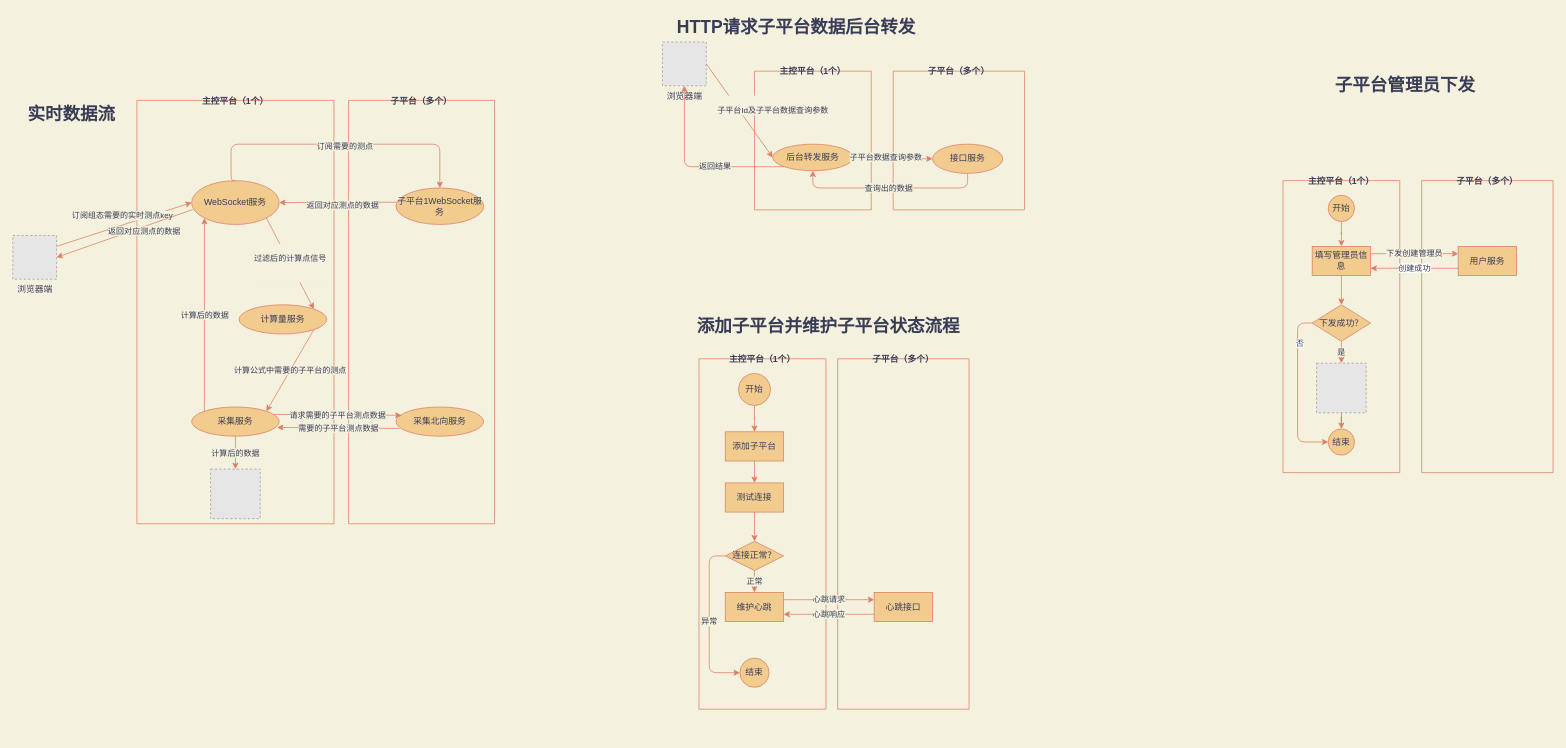
This is page "通用" (1 of 3) of test.drawio from Jarris3154/drawios, a draw.io file, before an edit. Source tidied: cells renumbered, new cells numbered last; positions are measured from the earlier drawing's top-left corner, leaving out a move shared by most shapes. Both pictures are drawn from the tidied source at 73%, with x=0, y=0 at pixel (12, 12). Pictures stored in the file or linked from it are replaced by grey dashed boxes.
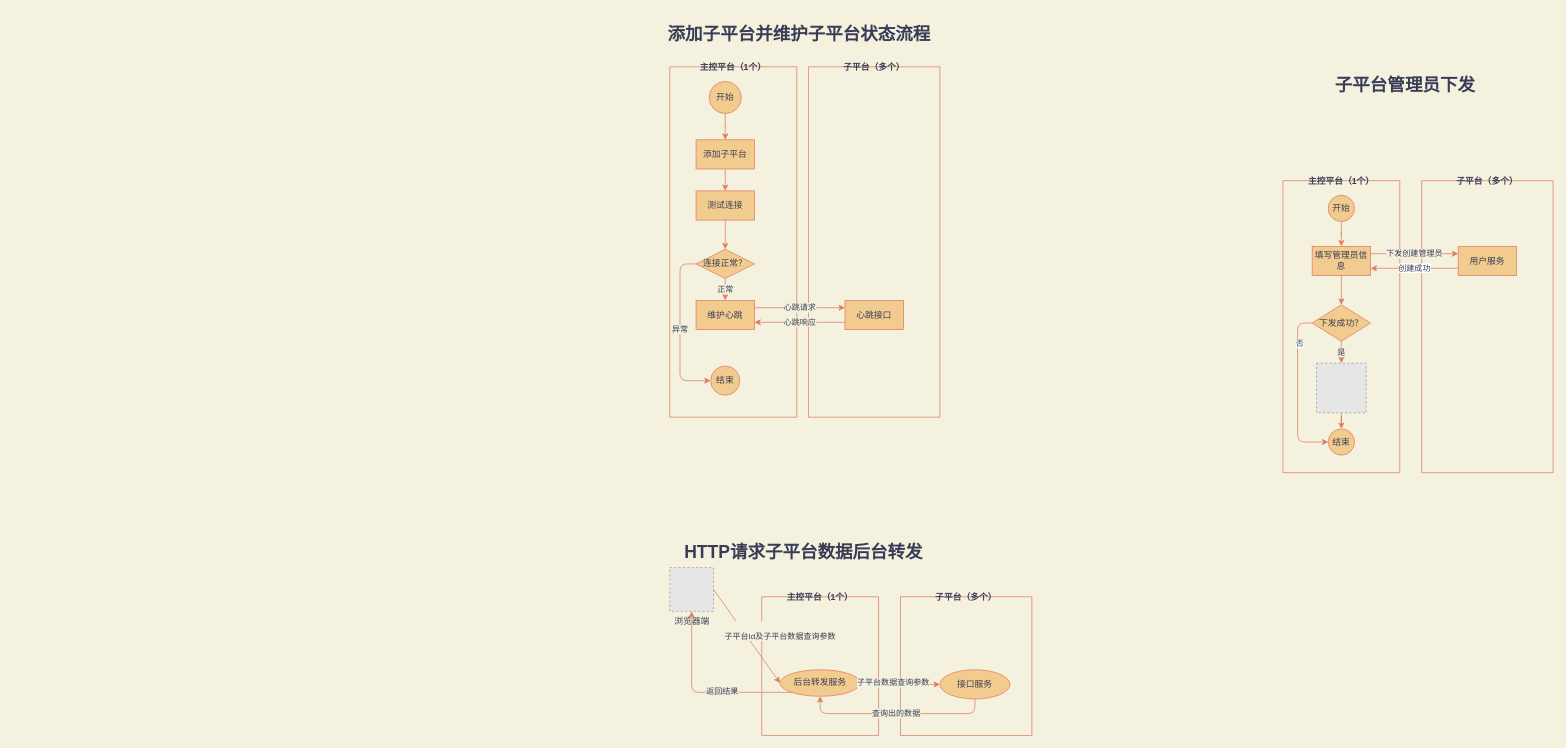
After the change.

Commit message:
修改页面结构

What changed in the source:
```diff
@@
-    <mxCell id="2" value="浏览器端" style="fillColor=#E6E6E6;strokeColor=#999999;dashed=1;html=1;verticalAlign=top;verticalLabelPosition=bottom;labelBackgroundColor=#F4F1DE;fontColor=#393C56;" parent="1" vertex="1">
-      <mxGeometry y="305" width="60" height="60" as="geometry" />
-    </mxCell>
-    <mxCell id="3" value="主控平台（1个）" style="swimlane;startSize=0;fillColor=#F2CC8F;strokeColor=#E07A5F;fontColor=#393C56;" parent="1" vertex="1">
-      <mxGeometry x="170" y="120" width="270" height="580" as="geometry" />
-    </mxCell>
-    <mxCell id="4" style="fillColor=#E6E6E6;strokeColor=#999999;dashed=1;html=1;verticalAlign=top;verticalLabelPosition=bottom;labelBackgroundColor=#F4F1DE;fontColor=#393C56;" parent="3" vertex="1">
-      <mxGeometry x="101" y="505" width="68" height="68" as="geometry" />
-    </mxCell>
-    <mxCell id="5" value="WebSocket服务" style="ellipse;whiteSpace=wrap;html=1;fillColor=#F2CC8F;strokeColor=#E07A5F;fontColor=#393C56;" parent="3" vertex="1">
-      <mxGeometry x="75" y="110" width="120" height="60" as="geometry" />
-    </mxCell>
-    <mxCell id="6" value="计算量服务" style="ellipse;whiteSpace=wrap;html=1;fillColor=#F2CC8F;strokeColor=#E07A5F;fontColor=#393C56;" parent="3" vertex="1">
-      <mxGeometry x="140" y="280" width="120" height="40" as="geometry" />
-    </mxCell>
-    <mxCell id="7" value="计算后的数据" style="edgeStyle=orthogonalEdgeStyle;jettySize=auto;html=1;exitX=0.5;exitY=1;exitDx=0;exitDy=0;labelBackgroundColor=#F4F1DE;strokeColor=#E07A5F;fontColor=#393C56;" parent="3" edge="1" source="8" target="4">
-      <mxGeometry relative="1" as="geometry" />
-    </mxCell>
-    <mxCell id="8" value="采集服务" style="ellipse;whiteSpace=wrap;html=1;fillColor=#F2CC8F;strokeColor=#E07A5F;fontColor=#393C56;" parent="3" vertex="1">
-      <mxGeometry x="75" y="420" width="120" height="40" as="geometry" />
-    </mxCell>
-    <mxCell id="9" value="&#10;过滤后的计算点信号&#10;&#10;" style="endArrow=classic;html=1;exitX=1;exitY=1;exitDx=0;exitDy=0;entryX=1;entryY=0;entryDx=0;entryDy=0;labelBackgroundColor=#F4F1DE;strokeColor=#E07A5F;fontColor=#393C56;" parent="3" edge="1" source="5" target="6">
-      <mxGeometry relative="1" as="geometry" />
-    </mxCell>
-    <mxCell id="10" value="计算公式中需要的子平台的测点" style="endArrow=classic;html=1;entryX=1;entryY=0;entryDx=0;entryDy=0;exitX=1;exitY=1;exitDx=0;exitDy=0;labelBackgroundColor=#F4F1DE;strokeColor=#E07A5F;fontColor=#393C56;" parent="3" edge="1" source="6" target="8">
-      <mxGeometry relative="1" as="geometry" />
-    </mxCell>
-    <mxCell id="11" value="计算后的数据" style="endArrow=classic;html=1;entryX=0;entryY=1;entryDx=0;entryDy=0;exitX=0;exitY=0;exitDx=0;exitDy=0;labelBackgroundColor=#F4F1DE;strokeColor=#E07A5F;fontColor=#393C56;" parent="3" edge="1" source="8" target="5">
-      <mxGeometry relative="1" as="geometry" />
-    </mxCell>
-    <mxCell id="12" style="endArrow=classic;html=1;entryX=0;entryY=0.5;entryDx=0;entryDy=0;exitX=1;exitY=0.25;exitDx=0;exitDy=0;labelBackgroundColor=#F4F1DE;strokeColor=#E07A5F;fontColor=#393C56;" parent="1" edge="1" source="2" target="5">
-      <mxGeometry relative="1" as="geometry" />
-    </mxCell>
-    <mxCell id="13" value="订阅组态需要的实时测点key" style="edgeLabel;html=1;align=center;verticalAlign=middle;labelBackgroundColor=#F4F1DE;fontColor=#393C56;" parent="12" vertex="1">
-      <mxGeometry x="-0.71" y="2" relative="1" as="geometry">
-        <mxPoint x="63" y="-32" as="offset" />
-      </mxGeometry>
-    </mxCell>
-    <mxCell id="14" value="子平台（多个）" style="swimlane;startSize=0;swimlaneLine=1;fillColor=#F2CC8F;strokeColor=#E07A5F;fontColor=#393C56;" parent="1" vertex="1">
-      <mxGeometry x="460" y="120" width="200" height="580" as="geometry" />
-    </mxCell>
-    <mxCell id="15" value="子平台1WebSocket服务" style="ellipse;whiteSpace=wrap;html=1;fillColor=#F2CC8F;strokeColor=#E07A5F;fontColor=#393C56;" parent="14" vertex="1">
-      <mxGeometry x="65" y="120" width="120" height="50" as="geometry" />
-    </mxCell>
-    <mxCell id="16" value="采集北向服务" style="ellipse;whiteSpace=wrap;html=1;fillColor=#F2CC8F;strokeColor=#E07A5F;fontColor=#393C56;" parent="14" vertex="1">
-      <mxGeometry x="65" y="420" width="120" height="40" as="geometry" />
-    </mxCell>
-    <mxCell id="17" style="edgeStyle=orthogonalEdgeStyle;jettySize=auto;html=1;exitX=0.5;exitY=0;exitDx=0;exitDy=0;entryX=0.5;entryY=0;entryDx=0;entryDy=0;labelBackgroundColor=#F4F1DE;strokeColor=#E07A5F;fontColor=#393C56;" parent="1" edge="1" source="5" target="15">
-      <mxGeometry relative="1" as="geometry">
-        <Array as="points">
-          <mxPoint x="299" y="180" />
-          <mxPoint x="585" y="180" />
-        </Array>
-      </mxGeometry>
-    </mxCell>
-    <mxCell id="18" value="订阅需要的测点" style="edgeLabel;html=1;align=center;verticalAlign=middle;labelBackgroundColor=#F4F1DE;fontColor=#393C56;" parent="17" vertex="1">
-      <mxGeometry x="0.05" y="-2" relative="1" as="geometry" />
-    </mxCell>
-    <mxCell id="19" style="endArrow=classic;html=1;exitX=0.007;exitY=0.39;exitDx=0;exitDy=0;exitPerimeter=0;entryX=1;entryY=0.5;entryDx=0;entryDy=0;labelBackgroundColor=#F4F1DE;strokeColor=#E07A5F;fontColor=#393C56;" parent="1" edge="1" source="15" target="5">
-      <mxGeometry relative="1" as="geometry" />
-    </mxCell>
-    <mxCell id="20" value="返回对应测点的数据" style="edgeLabel;html=1;align=center;verticalAlign=middle;labelBackgroundColor=#F4F1DE;fontColor=#393C56;" parent="19" vertex="1">
-      <mxGeometry x="-0.49" y="2" relative="1" as="geometry">
-        <mxPoint x="-33" y="2" as="offset" />
-      </mxGeometry>
-    </mxCell>
-    <mxCell id="21" style="endArrow=classic;html=1;exitX=0.014;exitY=0.658;exitDx=0;exitDy=0;exitPerimeter=0;entryX=1;entryY=0.5;entryDx=0;entryDy=0;labelBackgroundColor=#F4F1DE;strokeColor=#E07A5F;fontColor=#393C56;" parent="1" edge="1" source="5" target="2">
-      <mxGeometry relative="1" as="geometry" />
-    </mxCell>
-    <mxCell id="22" value="返回对应测点的数据" style="edgeLabel;html=1;align=center;verticalAlign=middle;labelBackgroundColor=#F4F1DE;fontColor=#393C56;" parent="21" vertex="1">
-      <mxGeometry x="-0.39" y="2" relative="1" as="geometry">
-        <mxPoint x="-11" y="7" as="offset" />
-      </mxGeometry>
-    </mxCell>
-    <mxCell id="23" value="请求需要的子平台测点数据" style="endArrow=classic;html=1;entryX=0.062;entryY=0.287;entryDx=0;entryDy=0;entryPerimeter=0;exitX=0.936;exitY=0.253;exitDx=0;exitDy=0;exitPerimeter=0;labelBackgroundColor=#F4F1DE;strokeColor=#E07A5F;fontColor=#393C56;" parent="1" edge="1" source="8" target="16">
-      <mxGeometry relative="1" as="geometry" />
-    </mxCell>
-    <mxCell id="24" value="需要的子平台测点数据" style="endArrow=classic;html=1;exitX=0.039;exitY=0.735;exitDx=0;exitDy=0;entryX=0.976;entryY=0.701;entryDx=0;entryDy=0;exitPerimeter=0;entryPerimeter=0;labelBackgroundColor=#F4F1DE;strokeColor=#E07A5F;fontColor=#393C56;" parent="1" edge="1" source="16" target="8">
-      <mxGeometry relative="1" as="geometry" />
-    </mxCell>
-    <mxCell id="25" value="实时数据流" style="text;strokeColor=none;fillColor=none;html=1;fontSize=24;fontStyle=1;verticalAlign=middle;align=center;fontColor=#393C56;" parent="1" vertex="1">
-      <mxGeometry x="10" y="120" width="140" height="40" as="geometry" />
-    </mxCell>
     <mxCell id="26" value="子平台（多个）" style="swimlane;startSize=0;swimlaneLine=1;fillColor=#F2CC8F;strokeColor=#E07A5F;fontColor=#393C56;" parent="1" vertex="1">
-      <mxGeometry x="1206" y="80" width="180" height="190" as="geometry" />
+      <mxGeometry x="1216" y="800" width="180" height="190" as="geometry" />
     </mxCell>
@@
     <mxCell id="28" value="HTTP请求子平台数据后台转发" style="text;strokeColor=none;fillColor=none;html=1;fontSize=24;fontStyle=1;verticalAlign=middle;align=center;fontColor=#393C56;" parent="1" vertex="1">
-      <mxGeometry x="896" width="354" height="40" as="geometry" />
+      <mxGeometry x="906" y="720" width="354" height="40" as="geometry" />
     </mxCell>
     <mxCell id="29" value="主控平台（1个）" style="swimlane;startSize=0;fillColor=#F2CC8F;strokeColor=#E07A5F;fontColor=#393C56;" parent="1" vertex="1">
-      <mxGeometry x="1016" y="80" width="160" height="190" as="geometry" />
+      <mxGeometry x="1026" y="800" width="160" height="190" as="geometry" />
     </mxCell>
@@
     <mxCell id="31" value="浏览器端" style="fillColor=#E6E6E6;strokeColor=#999999;dashed=1;html=1;verticalAlign=top;verticalLabelPosition=bottom;labelBackgroundColor=#F4F1DE;fontColor=#393C56;" parent="1" vertex="1">
-      <mxGeometry x="890" y="40" width="60" height="60" as="geometry" />
+      <mxGeometry x="900" y="760" width="60" height="60" as="geometry" />
     </mxCell>
@@
     <mxCell id="38" value="子平台（多个）" style="swimlane;startSize=0;swimlaneLine=1;fillColor=#F2CC8F;strokeColor=#E07A5F;fontColor=#393C56;" parent="1" vertex="1">
-      <mxGeometry x="1130" y="474" width="180" height="480" as="geometry" />
+      <mxGeometry x="1090" y="74" width="180" height="480" as="geometry" />
     </mxCell>
@@
     <mxCell id="40" value="添加子平台并维护子平台状态流程" style="text;strokeColor=none;fillColor=none;html=1;fontSize=24;fontStyle=1;verticalAlign=middle;align=center;fontColor=#393C56;" parent="1" vertex="1">
-      <mxGeometry x="940" y="410" width="354" height="40" as="geometry" />
+      <mxGeometry x="900" y="10" width="354" height="40" as="geometry" />
     </mxCell>
     <mxCell id="41" value="主控平台（1个）" style="swimlane;startSize=0;fillColor=#F2CC8F;strokeColor=#E07A5F;fontColor=#393C56;" parent="1" vertex="1">
-      <mxGeometry x="940" y="474" width="174" height="480" as="geometry" />
+      <mxGeometry x="900" y="74" width="174" height="480" as="geometry" />
     </mxCell>
```
